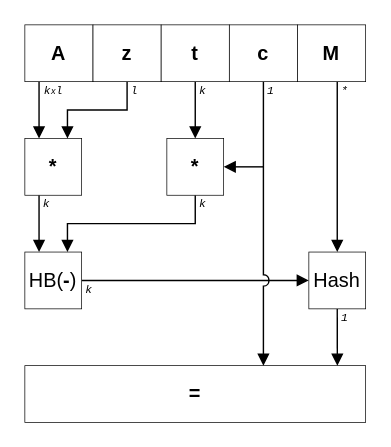
Earlier version of the draw.io diagram pictures/dil_dec.drawio (SamoKopecky/diploma-thesis-latex). Source tidied: cells renumbered, new cells numbered last; positions are measured from the earlier drawing's top-left corner, leaving out a move shared by most shapes. Both pictures are drawn from the tidied source at 142%, with x=0, y=0 at pixel (24, 24).
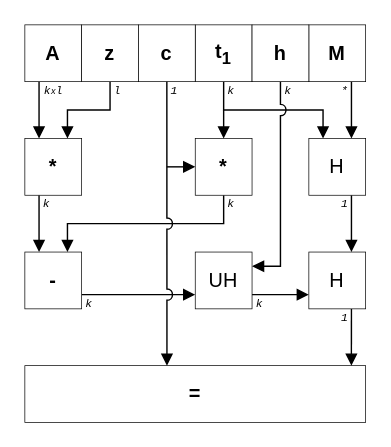
The same diagram, later.

The change refers to these unchanged cells:
```xml
<mxCell id="8" value="&lt;b&gt;=&lt;/b&gt;" style="rounded=0;whiteSpace=wrap;html=1;strokeWidth=0.5;fontFamily=Helvetica;fontSize=14;fillColor=default;" parent="1" vertex="1">
  <mxGeometry y="240" width="240" height="40" as="geometry" />
</mxCell>
```

What changed in the source:
```diff
@@
-    <mxCell id="2" style="edgeStyle=orthogonalEdgeStyle;rounded=0;jumpStyle=arc;jumpSize=10;jettySize=auto;html=1;entryX=0.25;entryY=0;entryDx=0;entryDy=0;fontSize=6;startArrow=none;startFill=0;endArrow=block;endFill=1;" parent="1" edge="1" source="3" target="5">
+    <mxCell id="2" style="edgeStyle=orthogonalEdgeStyle;rounded=0;jumpStyle=arc;jumpSize=10;jettySize=auto;html=1;entryX=0.25;entryY=0;entryDx=0;entryDy=0;fontSize=6;startArrow=none;startFill=0;endArrow=block;endFill=1;" parent="1" edge="1" source="3">
       <mxGeometry relative="1" as="geometry">
+        <mxPoint x="10" y="80" as="targetPoint" />
         <Array as="points">
           <mxPoint x="10" y="50" />
           <mxPoint x="10" y="50" />
         </Array>
       </mxGeometry>
     </mxCell>
     <mxCell id="3" value="&lt;b&gt;A&lt;/b&gt;" style="rounded=0;whiteSpace=wrap;html=1;strokeWidth=0.5;fontFamily=Helvetica;fontSize=14;fillColor=default;" parent="1" vertex="1">
-      <mxGeometry width="48" height="40" as="geometry" />
+      <mxGeometry width="40" height="40" as="geometry" />
     </mxCell>
-    <mxCell id="4" style="edgeStyle=orthogonalEdgeStyle;rounded=0;jettySize=auto;html=1;fontSize=6;endArrow=block;endFill=1;" parent="1" edge="1" source="5" target="7">
-      <mxGeometry relative="1" as="geometry">
-        <Array as="points">
-          <mxPoint x="10" y="130" />
-          <mxPoint x="10" y="130" />
-        </Array>
-      </mxGeometry>
-    </mxCell>
-    <mxCell id="5" value="&lt;b&gt;*&lt;/b&gt;" style="rounded=0;whiteSpace=wrap;html=1;strokeWidth=0.5;fontFamily=Helvetica;fontSize=14;fillColor=default;" parent="1" vertex="1">
-      <mxGeometry y="80" width="40" height="40" as="geometry" />
-    </mxCell>
-    <mxCell id="6" style="edgeStyle=orthogonalEdgeStyle;rounded=0;jumpStyle=arc;jumpSize=10;jettySize=auto;html=1;entryX=0;entryY=0.5;entryDx=0;entryDy=0;fontSize=6;startArrow=none;startFill=0;endArrow=block;endFill=1;" parent="1" edge="1" source="7" target="22">
-      <mxGeometry relative="1" as="geometry" />
-    </mxCell>
-    <mxCell id="7" value="HB(&lt;b&gt;-&lt;/b&gt;)" style="rounded=0;whiteSpace=wrap;html=1;strokeWidth=0.5;fontFamily=Helvetica;fontSize=14;fillColor=default;" parent="1" vertex="1">
-      <mxGeometry y="160" width="40" height="40" as="geometry" />
-    </mxCell>
@@
-    <mxCell id="9" value="&lt;font face=&quot;Courier New&quot;&gt;&lt;span style=&quot;font-size: 8px;&quot;&gt;k&lt;/span&gt;&lt;/font&gt;" style="text;html=1;align=center;verticalAlign=middle;strokeColor=none;fillColor=none;fontStyle=2;" parent="1" vertex="1">
-      <mxGeometry y="110" width="30" height="30" as="geometry" />
-    </mxCell>
-    <mxCell id="10" style="edgeStyle=orthogonalEdgeStyle;rounded=0;jumpStyle=arc;jumpSize=10;jettySize=auto;html=1;entryX=0.75;entryY=0;entryDx=0;entryDy=0;fontSize=6;startArrow=none;startFill=0;endArrow=block;endFill=1;" parent="1" edge="1" source="11" target="5">
-      <mxGeometry relative="1" as="geometry">
-        <Array as="points">
-          <mxPoint x="72" y="60" />
-          <mxPoint x="30" y="60" />
-        </Array>
-      </mxGeometry>
+    <mxCell id="10" style="edgeStyle=orthogonalEdgeStyle;rounded=0;jumpStyle=arc;jumpSize=8;jettySize=auto;html=1;entryX=0.75;entryY=0;entryDx=0;entryDy=0;endArrow=block;endFill=1;" parent="1" edge="1" source="11" target="5">
+      <mxGeometry relative="1" as="geometry" />
     </mxCell>
     <mxCell id="11" value="&lt;b&gt;z&lt;/b&gt;" style="rounded=0;whiteSpace=wrap;html=1;strokeWidth=0.5;fontFamily=Helvetica;fontSize=14;fillColor=default;" parent="1" vertex="1">
-      <mxGeometry x="48" width="48" height="40" as="geometry" />
+      <mxGeometry x="40" width="40" height="40" as="geometry" />
     </mxCell>
-    <mxCell id="12" style="edgeStyle=orthogonalEdgeStyle;rounded=0;jumpStyle=arc;jumpSize=10;jettySize=auto;html=1;fontSize=6;startArrow=none;startFill=0;endArrow=block;endFill=1;" parent="1" edge="1" source="13" target="20">
-      <mxGeometry relative="1" as="geometry" />
-    </mxCell>
+    <mxCell id="31" style="edgeStyle=orthogonalEdgeStyle;rounded=0;jumpStyle=arc;jumpSize=8;jettySize=auto;html=1;entryX=0.25;entryY=0;entryDx=0;entryDy=0;endArrow=block;endFill=1;" parent="1" edge="1" source="13" target="37">
+      <mxGeometry relative="1" as="geometry">
+        <Array as="points">
+          <mxPoint x="140" y="60" />
+          <mxPoint x="210" y="60" />
+        </Array>
+      </mxGeometry>
+    </mxCell>
-    <mxCell id="13" value="&lt;b&gt;t&lt;/b&gt;" style="rounded=0;whiteSpace=wrap;html=1;strokeWidth=0.5;fontFamily=Helvetica;fontSize=14;fillColor=default;" parent="1" vertex="1">
-      <mxGeometry x="96" width="48" height="40" as="geometry" />
+    <mxCell id="13" value="&lt;b&gt;t&lt;sub&gt;1&lt;/sub&gt;&lt;/b&gt;" style="rounded=0;whiteSpace=wrap;html=1;strokeWidth=0.5;fontFamily=Helvetica;fontSize=14;fillColor=default;" parent="1" vertex="1">
+      <mxGeometry x="120" width="40" height="40" as="geometry" />
     </mxCell>
+    <mxCell id="15" value="&lt;b&gt;c&lt;/b&gt;" style="rounded=0;whiteSpace=wrap;html=1;strokeWidth=0.5;fontFamily=Helvetica;fontSize=14;fillColor=default;" parent="1" vertex="1">
+      <mxGeometry x="80" width="40" height="40" as="geometry" />
+    </mxCell>
+    <mxCell id="32" style="edgeStyle=orthogonalEdgeStyle;rounded=0;jumpStyle=arc;jumpSize=8;jettySize=auto;html=1;endArrow=block;endFill=1;" parent="1" edge="1" source="17" target="37">
+      <mxGeometry relative="1" as="geometry">
+        <Array as="points">
+          <mxPoint x="230" y="60" />
+          <mxPoint x="230" y="60" />
+        </Array>
+      </mxGeometry>
+    </mxCell>
+    <mxCell id="17" value="&lt;b&gt;M&lt;/b&gt;" style="rounded=0;whiteSpace=wrap;html=1;strokeWidth=0.5;fontFamily=Helvetica;fontSize=14;fillColor=default;" parent="1" vertex="1">
+      <mxGeometry x="200" width="40" height="40" as="geometry" />
+    </mxCell>
+    <mxCell id="23" value="&lt;font face=&quot;Courier New&quot;&gt;&lt;span style=&quot;font-size: 8px;&quot;&gt;k&lt;/span&gt;&lt;font style=&quot;font-size: 6px;&quot;&gt;x&lt;/font&gt;&lt;span style=&quot;font-size: 8px;&quot;&gt;l&lt;/span&gt;&lt;/font&gt;" style="text;html=1;align=center;verticalAlign=middle;strokeColor=none;fillColor=none;fontStyle=2;" parent="1" vertex="1">
+      <mxGeometry y="30" width="40" height="30" as="geometry" />
+    </mxCell>
+    <mxCell id="33" style="edgeStyle=orthogonalEdgeStyle;rounded=0;jumpStyle=arc;jumpSize=8;jettySize=auto;html=1;entryX=1;entryY=0.25;entryDx=0;entryDy=0;endArrow=block;endFill=1;" parent="1" edge="1" source="34" target="42">
+      <mxGeometry relative="1" as="geometry">
+        <Array as="points">
+          <mxPoint x="180" y="170" />
+        </Array>
+      </mxGeometry>
+    </mxCell>
+    <mxCell id="34" value="&lt;b&gt;h&lt;/b&gt;" style="rounded=0;whiteSpace=wrap;html=1;strokeWidth=0.5;fontFamily=Helvetica;fontSize=14;fillColor=default;" parent="1" vertex="1">
+      <mxGeometry x="160" width="40" height="40" as="geometry" />
+    </mxCell>
+    <mxCell id="35" style="edgeStyle=orthogonalEdgeStyle;rounded=0;jumpStyle=arc;jumpSize=8;jettySize=auto;html=1;entryX=0.25;entryY=0;entryDx=0;entryDy=0;endArrow=block;endFill=1;" parent="1" edge="1" source="5" target="40">
+      <mxGeometry relative="1" as="geometry">
+        <Array as="points">
+          <mxPoint x="10" y="130" />
+          <mxPoint x="10" y="130" />
+        </Array>
+      </mxGeometry>
+    </mxCell>
+    <mxCell id="5" value="&lt;b&gt;*&lt;/b&gt;" style="rounded=0;whiteSpace=wrap;html=1;strokeWidth=0.5;fontFamily=Helvetica;fontSize=14;fillColor=default;" parent="1" vertex="1">
+      <mxGeometry y="80" width="40" height="40" as="geometry" />
+    </mxCell>
+    <mxCell id="36" style="edgeStyle=orthogonalEdgeStyle;rounded=0;jumpStyle=arc;jumpSize=8;jettySize=auto;html=1;endArrow=block;endFill=1;" parent="1" edge="1" source="37">
+      <mxGeometry relative="1" as="geometry">
+        <mxPoint x="230" y="160" as="targetPoint" />
+        <Array as="points">
+          <mxPoint x="230" y="160" />
+        </Array>
+      </mxGeometry>
+    </mxCell>
+    <mxCell id="37" value="H" style="rounded=0;whiteSpace=wrap;html=1;strokeWidth=0.5;fontFamily=Helvetica;fontSize=14;fillColor=default;" parent="1" vertex="1">
+      <mxGeometry x="200" y="80" width="40" height="40" as="geometry" />
+    </mxCell>
+    <mxCell id="38" style="edgeStyle=orthogonalEdgeStyle;rounded=0;jumpStyle=arc;jumpSize=8;jettySize=auto;html=1;entryX=0.75;entryY=0;entryDx=0;entryDy=0;endArrow=block;endFill=1;exitX=0.5;exitY=1;exitDx=0;exitDy=0;" parent="1" edge="1" source="20" target="40">
+      <mxGeometry relative="1" as="geometry">
+        <Array as="points">
+          <mxPoint x="140" y="140" />
+          <mxPoint x="30" y="140" />
+        </Array>
+      </mxGeometry>
+    </mxCell>
+    <mxCell id="20" value="&lt;b&gt;*&lt;/b&gt;" style="rounded=0;whiteSpace=wrap;html=1;strokeWidth=0.5;fontFamily=Helvetica;fontSize=14;fillColor=default;" parent="1" vertex="1">
+      <mxGeometry x="120" y="80" width="40" height="40" as="geometry" />
+    </mxCell>
+    <mxCell id="39" style="edgeStyle=orthogonalEdgeStyle;rounded=0;jumpStyle=arc;jumpSize=8;jettySize=auto;html=1;exitX=1;exitY=0.75;exitDx=0;exitDy=0;entryX=0;entryY=0.75;entryDx=0;entryDy=0;endArrow=block;endFill=1;" parent="1" edge="1" source="40" target="42">
+      <mxGeometry relative="1" as="geometry" />
+    </mxCell>
+    <mxCell id="40" value="&lt;b&gt;-&lt;/b&gt;" style="rounded=0;whiteSpace=wrap;html=1;strokeWidth=0.5;fontFamily=Helvetica;fontSize=14;fillColor=default;" parent="1" vertex="1">
+      <mxGeometry y="160" width="40" height="40" as="geometry" />
+    </mxCell>
+    <mxCell id="41" style="edgeStyle=orthogonalEdgeStyle;rounded=0;jumpStyle=arc;jumpSize=8;jettySize=auto;html=1;exitX=1;exitY=0.75;exitDx=0;exitDy=0;entryX=0;entryY=0.75;entryDx=0;entryDy=0;endArrow=block;endFill=1;" parent="1" edge="1" source="42" target="44">
+      <mxGeometry relative="1" as="geometry" />
+    </mxCell>
+    <mxCell id="42" value="UH" style="rounded=0;whiteSpace=wrap;html=1;strokeWidth=0.5;fontFamily=Helvetica;fontSize=14;fillColor=default;" parent="1" vertex="1">
+      <mxGeometry x="120" y="160" width="40" height="40" as="geometry" />
+    </mxCell>
+    <mxCell id="43" style="edgeStyle=orthogonalEdgeStyle;rounded=0;jumpStyle=arc;jumpSize=8;jettySize=auto;html=1;exitX=0.75;exitY=1;exitDx=0;exitDy=0;entryX=0.958;entryY=0;entryDx=0;entryDy=0;entryPerimeter=0;endArrow=block;endFill=1;" parent="1" edge="1" source="44" target="8">
+      <mxGeometry relative="1" as="geometry" />
+    </mxCell>
+    <mxCell id="44" value="H" style="rounded=0;whiteSpace=wrap;html=1;strokeWidth=0.5;fontFamily=Helvetica;fontSize=14;fillColor=default;" parent="1" vertex="1">
+      <mxGeometry x="200" y="160" width="40" height="40" as="geometry" />
+    </mxCell>
+    <mxCell id="24" value="&lt;font face=&quot;Courier New&quot;&gt;&lt;span style=&quot;font-size: 8px;&quot;&gt;l&lt;/span&gt;&lt;/font&gt;" style="text;html=1;align=center;verticalAlign=middle;strokeColor=none;fillColor=none;fontStyle=2;" parent="1" vertex="1">
+      <mxGeometry x="50" y="30" width="30" height="30" as="geometry" />
+    </mxCell>
+    <mxCell id="45" value="&lt;font face=&quot;Courier New&quot;&gt;&lt;span style=&quot;font-size: 8px;&quot;&gt;k&lt;/span&gt;&lt;/font&gt;" style="text;html=1;align=center;verticalAlign=middle;strokeColor=none;fillColor=none;fontStyle=2;" parent="1" vertex="1">
+      <mxGeometry x="130" y="30" width="30" height="30" as="geometry" />
+    </mxCell>
+    <mxCell id="46" value="&lt;font face=&quot;Courier New&quot;&gt;&lt;span style=&quot;font-size: 8px;&quot;&gt;k&lt;/span&gt;&lt;/font&gt;" style="text;html=1;align=center;verticalAlign=middle;strokeColor=none;fillColor=none;fontStyle=2;" parent="1" vertex="1">
+      <mxGeometry x="170" y="30" width="30" height="30" as="geometry" />
+    </mxCell>
+    <mxCell id="27" value="&lt;font face=&quot;Courier New&quot;&gt;&lt;span style=&quot;font-size: 8px;&quot;&gt;*&lt;/span&gt;&lt;/font&gt;" style="text;html=1;align=center;verticalAlign=middle;strokeColor=none;fillColor=none;fontStyle=2;" parent="1" vertex="1">
+      <mxGeometry x="210" y="30" width="30" height="30" as="geometry" />
+    </mxCell>
+    <mxCell id="9" value="&lt;font face=&quot;Courier New&quot;&gt;&lt;span style=&quot;font-size: 8px;&quot;&gt;k&lt;/span&gt;&lt;/font&gt;" style="text;html=1;align=center;verticalAlign=middle;strokeColor=none;fillColor=none;fontStyle=2;" parent="1" vertex="1">
+      <mxGeometry y="110" width="30" height="30" as="geometry" />
+    </mxCell>
+    <mxCell id="47" value="&lt;font face=&quot;Courier New&quot;&gt;&lt;span style=&quot;font-size: 8px;&quot;&gt;k&lt;/span&gt;&lt;/font&gt;" style="text;html=1;align=center;verticalAlign=middle;strokeColor=none;fillColor=none;fontStyle=2;" parent="1" vertex="1">
+      <mxGeometry x="30" y="180" width="30" height="30" as="geometry" />
+    </mxCell>
+    <mxCell id="48" value="&lt;font face=&quot;Courier New&quot;&gt;&lt;span style=&quot;font-size: 8px;&quot;&gt;1&lt;/span&gt;&lt;/font&gt;" style="text;html=1;align=center;verticalAlign=middle;strokeColor=none;fillColor=none;fontStyle=2;" parent="1" vertex="1">
+      <mxGeometry x="210" y="110" width="30" height="30" as="geometry" />
+    </mxCell>
+    <mxCell id="30" value="&lt;font face=&quot;Courier New&quot;&gt;&lt;span style=&quot;font-size: 8px;&quot;&gt;1&lt;/span&gt;&lt;/font&gt;" style="text;html=1;align=center;verticalAlign=middle;strokeColor=none;fillColor=none;fontStyle=2;" parent="1" vertex="1">
+      <mxGeometry x="210" y="190" width="30" height="30" as="geometry" />
+    </mxCell>
+    <mxCell id="49" value="&lt;font face=&quot;Courier New&quot;&gt;&lt;span style=&quot;font-size: 8px;&quot;&gt;k&lt;/span&gt;&lt;/font&gt;" style="text;html=1;align=center;verticalAlign=middle;strokeColor=none;fillColor=none;fontStyle=2;" parent="1" vertex="1">
+      <mxGeometry x="150" y="180" width="30" height="30" as="geometry" />
+    </mxCell>
-    <mxCell id="14" style="edgeStyle=orthogonalEdgeStyle;rounded=0;jumpStyle=arc;jumpSize=8;jettySize=auto;html=1;entryX=0.7;entryY=0;entryDx=0;entryDy=0;entryPerimeter=0;fontSize=6;startArrow=none;startFill=0;endArrow=block;endFill=1;" parent="1" edge="1" source="15" target="8">
+    <mxCell id="14" style="edgeStyle=orthogonalEdgeStyle;rounded=0;jettySize=auto;html=1;entryX=0.417;entryY=0;entryDx=0;entryDy=0;entryPerimeter=0;jumpStyle=arc;jumpSize=8;endArrow=block;endFill=1;" parent="1" edge="1" source="15" target="8">
       <mxGeometry relative="1" as="geometry" />
     </mxCell>
-    <mxCell id="15" value="&lt;b&gt;c&lt;/b&gt;" style="rounded=0;whiteSpace=wrap;html=1;strokeWidth=0.5;fontFamily=Helvetica;fontSize=14;fillColor=default;" parent="1" vertex="1">
-      <mxGeometry x="144" width="48" height="40" as="geometry" />
-    </mxCell>
-    <mxCell id="16" style="edgeStyle=orthogonalEdgeStyle;rounded=0;jumpStyle=arc;jumpSize=10;jettySize=auto;html=1;entryX=0.5;entryY=0;entryDx=0;entryDy=0;fontSize=6;startArrow=none;startFill=0;endArrow=block;endFill=1;" parent="1" edge="1" source="17" target="22">
-      <mxGeometry relative="1" as="geometry">
-        <Array as="points">
-          <mxPoint x="220" y="70" />
-          <mxPoint x="220" y="70" />
-        </Array>
-      </mxGeometry>
-    </mxCell>
-    <mxCell id="17" value="&lt;b&gt;M&lt;/b&gt;" style="rounded=0;whiteSpace=wrap;html=1;strokeWidth=0.5;fontFamily=Helvetica;fontSize=14;fillColor=default;" parent="1" vertex="1">
-      <mxGeometry x="192" width="48" height="40" as="geometry" />
-    </mxCell>
-    <mxCell id="18" style="edgeStyle=orthogonalEdgeStyle;rounded=0;jumpStyle=arc;jumpSize=10;jettySize=auto;html=1;entryX=0.75;entryY=0;entryDx=0;entryDy=0;fontSize=6;startArrow=none;startFill=0;endArrow=block;endFill=1;" parent="1" edge="1" source="20" target="7">
-      <mxGeometry relative="1" as="geometry">
-        <Array as="points">
-          <mxPoint x="120" y="140" />
-          <mxPoint x="30" y="140" />
-        </Array>
-      </mxGeometry>
-    </mxCell>
-    <mxCell id="19" style="edgeStyle=orthogonalEdgeStyle;rounded=0;jumpStyle=arc;jumpSize=10;jettySize=auto;html=1;fontSize=6;startArrow=block;startFill=1;endArrow=none;endFill=0;" parent="1" edge="1" source="20">
-      <mxGeometry relative="1" as="geometry">
-        <mxPoint x="168" y="100" as="targetPoint" />
-      </mxGeometry>
-    </mxCell>
-    <mxCell id="20" value="&lt;b&gt;*&lt;/b&gt;" style="rounded=0;whiteSpace=wrap;html=1;strokeWidth=0.5;fontFamily=Helvetica;fontSize=14;fillColor=default;" parent="1" vertex="1">
-      <mxGeometry x="100" y="80" width="40" height="40" as="geometry" />
-    </mxCell>
-    <mxCell id="21" style="edgeStyle=orthogonalEdgeStyle;rounded=0;jumpStyle=arc;jumpSize=10;jettySize=auto;html=1;entryX=0.917;entryY=0;entryDx=0;entryDy=0;fontSize=6;startArrow=none;startFill=0;endArrow=block;endFill=1;entryPerimeter=0;" parent="1" edge="1" source="22" target="8">
-      <mxGeometry relative="1" as="geometry" />
-    </mxCell>
-    <mxCell id="22" value="Hash" style="rounded=0;whiteSpace=wrap;html=1;strokeWidth=0.5;fontFamily=Helvetica;fontSize=14;fillColor=default;" parent="1" vertex="1">
-      <mxGeometry x="200" y="160" width="40" height="40" as="geometry" />
-    </mxCell>
-    <mxCell id="23" value="&lt;font face=&quot;Courier New&quot;&gt;&lt;span style=&quot;font-size: 8px;&quot;&gt;k&lt;/span&gt;&lt;font style=&quot;font-size: 6px;&quot;&gt;x&lt;/font&gt;&lt;span style=&quot;font-size: 8px;&quot;&gt;l&lt;/span&gt;&lt;/font&gt;" style="text;html=1;align=center;verticalAlign=middle;strokeColor=none;fillColor=none;fontStyle=2;" parent="1" vertex="1">
-      <mxGeometry y="30" width="40" height="30" as="geometry" />
-    </mxCell>
-    <mxCell id="24" value="&lt;font face=&quot;Courier New&quot;&gt;&lt;span style=&quot;font-size: 8px;&quot;&gt;l&lt;/span&gt;&lt;/font&gt;" style="text;html=1;align=center;verticalAlign=middle;strokeColor=none;fillColor=none;fontStyle=2;" parent="1" vertex="1">
-      <mxGeometry x="62" y="30" width="30" height="30" as="geometry" />
-    </mxCell>
-    <mxCell id="25" value="&lt;font face=&quot;Courier New&quot;&gt;&lt;span style=&quot;font-size: 8px;&quot;&gt;k&lt;/span&gt;&lt;/font&gt;" style="text;html=1;align=center;verticalAlign=middle;strokeColor=none;fillColor=none;fontStyle=2;" parent="1" vertex="1">
-      <mxGeometry x="110" y="30" width="30" height="30" as="geometry" />
-    </mxCell>
-    <mxCell id="26" value="&lt;font face=&quot;Courier New&quot;&gt;&lt;span style=&quot;font-size: 8px;&quot;&gt;1&lt;/span&gt;&lt;/font&gt;" style="text;html=1;align=center;verticalAlign=middle;strokeColor=none;fillColor=none;fontStyle=2;" parent="1" vertex="1">
-      <mxGeometry x="158" y="30" width="30" height="30" as="geometry" />
-    </mxCell>
-    <mxCell id="27" value="&lt;font face=&quot;Courier New&quot;&gt;&lt;span style=&quot;font-size: 8px;&quot;&gt;*&lt;/span&gt;&lt;/font&gt;" style="text;html=1;align=center;verticalAlign=middle;strokeColor=none;fillColor=none;fontStyle=2;" parent="1" vertex="1">
-      <mxGeometry x="210" y="30" width="30" height="30" as="geometry" />
-    </mxCell>
-    <mxCell id="28" value="&lt;font face=&quot;Courier New&quot;&gt;&lt;span style=&quot;font-size: 8px;&quot;&gt;k&lt;/span&gt;&lt;/font&gt;" style="text;html=1;align=center;verticalAlign=middle;strokeColor=none;fillColor=none;fontStyle=2;" parent="1" vertex="1">
-      <mxGeometry x="110" y="110" width="30" height="30" as="geometry" />
-    </mxCell>
-    <mxCell id="29" value="&lt;font face=&quot;Courier New&quot;&gt;&lt;span style=&quot;font-size: 8px;&quot;&gt;k&lt;/span&gt;&lt;/font&gt;" style="text;html=1;align=center;verticalAlign=middle;strokeColor=none;fillColor=none;fontStyle=2;" parent="1" vertex="1">
-      <mxGeometry x="30" y="170" width="30" height="30" as="geometry" />
-    </mxCell>
-    <mxCell id="30" value="&lt;font face=&quot;Courier New&quot;&gt;&lt;span style=&quot;font-size: 8px;&quot;&gt;1&lt;/span&gt;&lt;/font&gt;" style="text;html=1;align=center;verticalAlign=middle;strokeColor=none;fillColor=none;fontStyle=2;" parent="1" vertex="1">
-      <mxGeometry x="210" y="190" width="30" height="30" as="geometry" />
-    </mxCell>
+    <mxCell id="50" style="endArrow=block;html=1;rounded=0;jumpStyle=arc;jumpSize=8;entryX=0.5;entryY=0;entryDx=0;entryDy=0;endFill=1;" parent="1" edge="1" target="20">
+      <mxGeometry relative="1" as="geometry">
+        <mxPoint x="140" y="60" as="sourcePoint" />
+      </mxGeometry>
+    </mxCell>
+    <mxCell id="51" style="endArrow=block;html=1;rounded=0;jumpStyle=arc;jumpSize=8;entryX=0;entryY=0.5;entryDx=0;entryDy=0;endFill=1;" parent="1" edge="1" target="20">
+      <mxGeometry relative="1" as="geometry">
+        <mxPoint x="100" y="100" as="sourcePoint" />
+      </mxGeometry>
+    </mxCell>
+    <mxCell id="52" value="&lt;font face=&quot;Courier New&quot;&gt;&lt;span style=&quot;font-size: 8px;&quot;&gt;1&lt;/span&gt;&lt;/font&gt;" style="text;html=1;align=center;verticalAlign=middle;strokeColor=none;fillColor=none;fontStyle=2;" parent="1" vertex="1">
+      <mxGeometry x="90" y="30" width="30" height="30" as="geometry" />
+    </mxCell>
+    <mxCell id="53" value="&lt;font face=&quot;Courier New&quot;&gt;&lt;span style=&quot;font-size: 8px;&quot;&gt;k&lt;/span&gt;&lt;/font&gt;" style="text;html=1;align=center;verticalAlign=middle;strokeColor=none;fillColor=none;fontStyle=2;" parent="1" vertex="1">
+      <mxGeometry x="130" y="110" width="30" height="30" as="geometry" />
+    </mxCell>
```
